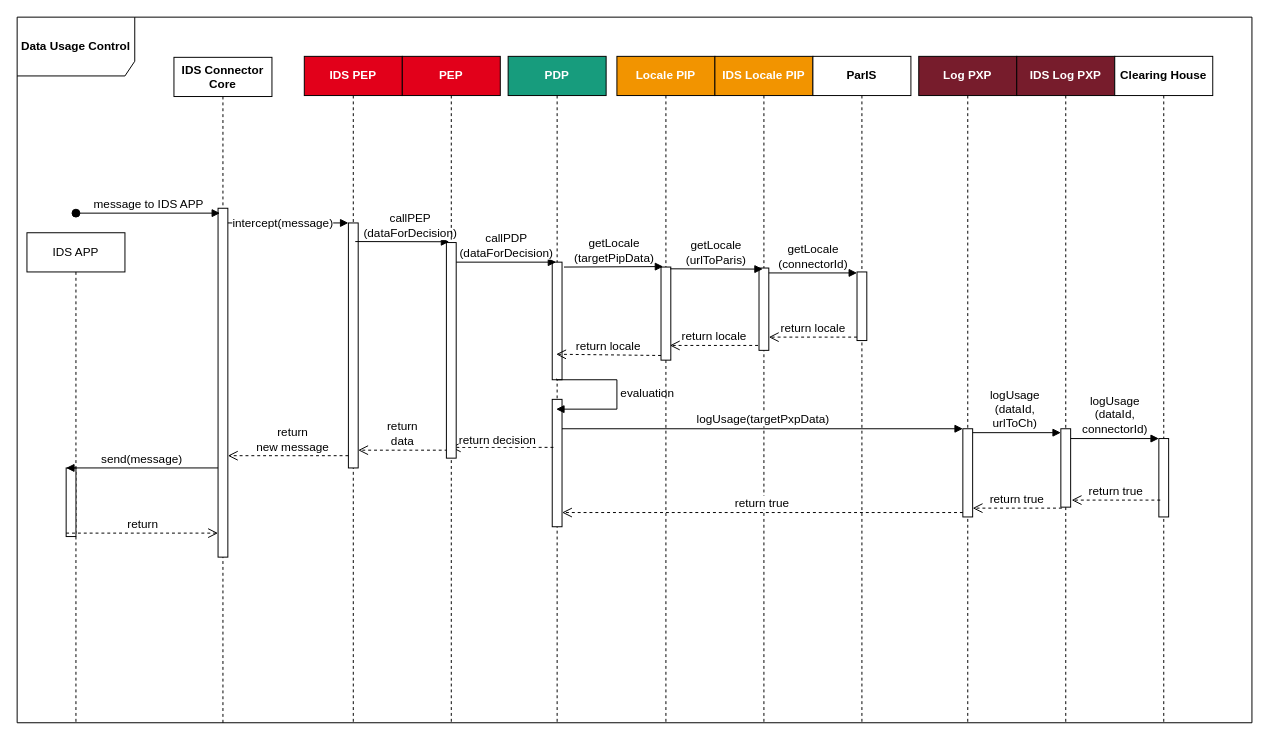
This is page "Sequence" (2 of 2) of documentation/3_Layers_of_the_Reference_Architecture_Model/3_3_Process_Layer/media/uc-example.drawio from International-Data-Spaces-Association/IDS-RAM_4_0, a draw.io file, before an edit. Source tidied: cells renumbered, new cells numbered last; positions are measured from the earlier drawing's top-left corner, leaving out a move shared by most shapes. Both pictures are drawn from the tidied source at 98%, with x=0, y=0 at pixel (17, 17).
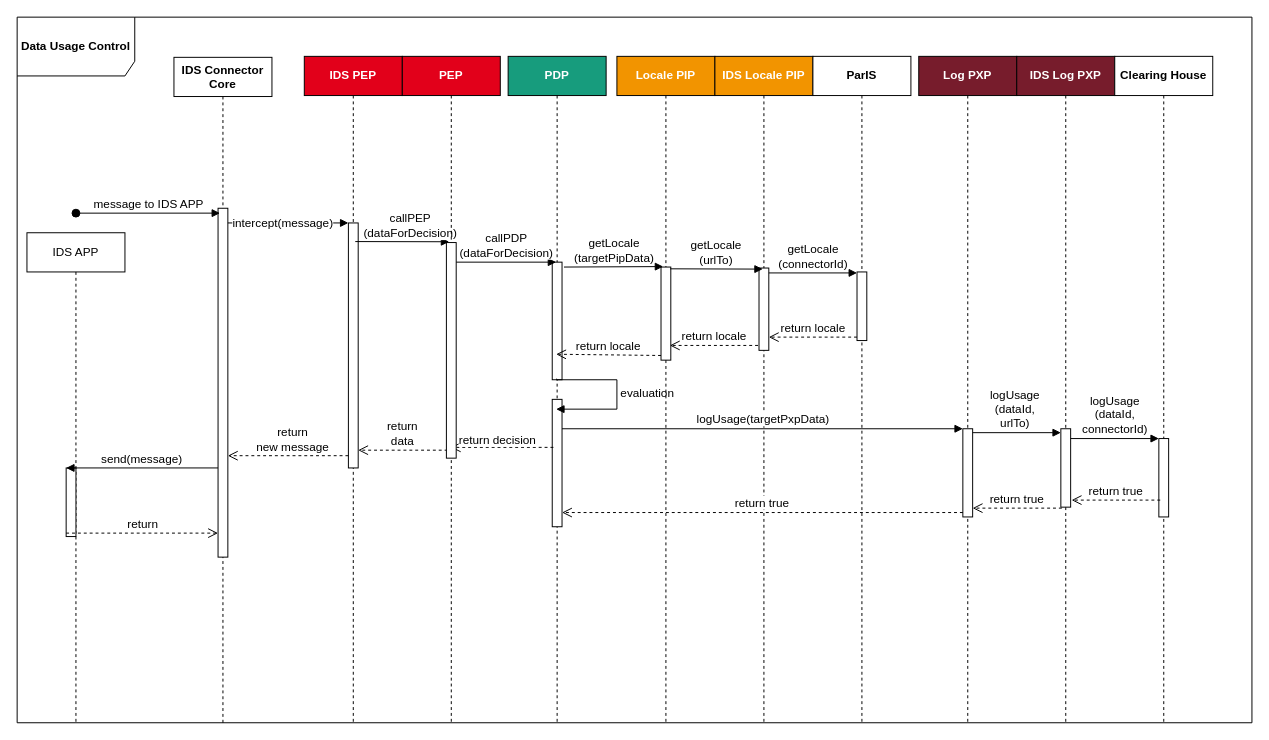
The same page after the edit.

Unchanged cells that the change refers to:
```xml
<mxCell id="14" style="html=1;points=[];perimeter=orthogonalPerimeter;labelBackgroundColor=none;fontSize=12;fontColor=#000000;" parent="13" vertex="1">
  <mxGeometry x="45" y="216" width="10" height="84" as="geometry" />
</mxCell>
<mxCell id="41" style="html=1;points=[];perimeter=orthogonalPerimeter;labelBackgroundColor=none;fontSize=12;fontColor=#000000;" parent="1" vertex="1">
  <mxGeometry x="1065" y="420" width="10" height="80" as="geometry" />
</mxCell>
```

What changed in the source:
```diff
@@
-    <mxCell id="33" value="getLocale&lt;br&gt;(urlToParis)" style="html=1;verticalAlign=bottom;endArrow=block;entryX=0.38;entryY=0.013;rounded=0;fontSize=12;fontColor=#000000;exitX=0.94;exitY=0.072;exitDx=0;exitDy=0;exitPerimeter=0;entryDx=0;entryDy=0;entryPerimeter=0;" parent="1" edge="1" target="14">
+    <mxCell id="33" value="getLocale&lt;br&gt;(urlTo)" style="html=1;verticalAlign=bottom;endArrow=block;entryX=0.38;entryY=0.013;rounded=0;fontSize=12;fontColor=#000000;exitX=0.94;exitY=0.072;exitDx=0;exitDy=0;exitPerimeter=0;entryDx=0;entryDy=0;entryPerimeter=0;" parent="1" edge="1" target="14">
       <mxGeometry relative="1" as="geometry">
         <mxPoint x="666.4" y="256.8" as="sourcePoint" />
       </mxGeometry>
     </mxCell>
@@
-    <mxCell id="42" value="logUsage&lt;br&gt;(dataId,&lt;br&gt;urlToCh)" style="html=1;verticalAlign=bottom;endArrow=block;rounded=0;fontSize=12;fontColor=#000000;" parent="1" edge="1" target="41">
+    <mxCell id="42" value="logUsage&lt;br&gt;(dataId,&lt;br&gt;urlTo)" style="html=1;verticalAlign=bottom;endArrow=block;rounded=0;fontSize=12;fontColor=#000000;" parent="1" edge="1" target="41">
       <mxGeometry x="-0.05" relative="1" as="geometry">
         <mxPoint x="975" y="424" as="sourcePoint" />
       </mxGeometry>
     </mxCell>
```
